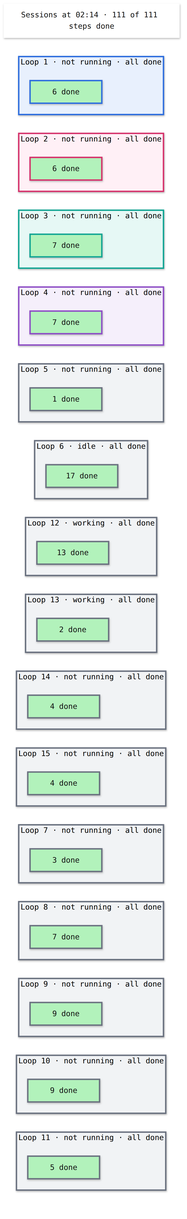
Before: artifacts/notes/progress/sessions.png, a diagram exported from Mermaid (mo-rsa24/concept-composition). Its source is kept beside it as artifacts/notes/progress/sessions.mmd. Its diagram source:
```mermaid
%%{init: {'theme': 'base', 'themeVariables': {'fontFamily': 'monospace', 'primaryColor': '#ffffff', 'primaryBorderColor': '#222222', 'primaryTextColor': '#111111', 'lineColor': '#222222'}, 'flowchart': {'nodeSpacing': 16, 'rankSpacing': 26}}}%%
flowchart TB
  classDef done fill:#b2f2bb,color:#111111
  classDef doing fill:#ffd8a8,color:#111111
  classDef todo fill:#e9ecef,color:#111111
  classDef note fill:#ffffff,stroke:#c92a2a,stroke-dasharray:5 5,color:#c92a2a
  now["Sessions at 02:14 · 111 of 111 steps done"]
  style now fill:#ffffff,stroke:#ffffff,color:#111111
  subgraph L0["Loop 1 · not running · all done"]
    direction LR
    d0["6 done"]:::done
  end
  subgraph L1["Loop 2 · not running · all done"]
    direction LR
    d1["6 done"]:::done
  end
  subgraph L2["Loop 3 · not running · all done"]
    direction LR
    d2["7 done"]:::done
  end
  subgraph L3["Loop 4 · not running · all done"]
    direction LR
    d3["7 done"]:::done
  end
  subgraph L4["Loop 5 · not running · all done"]
    direction LR
    d4["1 done"]:::done
  end
  subgraph L5["Loop 6 · idle · all done"]
    direction LR
    d5["17 done"]:::done
  end
  subgraph L6["Loop 12 · working · all done"]
    direction LR
    d6["13 done"]:::done
  end
  subgraph L7["Loop 13 · working · all done"]
    direction LR
    d7["2 done"]:::done
  end
  subgraph L8["Loop 14 · not running · all done"]
    direction LR
    d8["4 done"]:::done
  end
  subgraph L9["Loop 15 · not running · all done"]
    direction LR
    d9["4 done"]:::done
  end
  subgraph L10["Loop 7 · not running · all done"]
    direction LR
    d10["3 done"]:::done
  end
  subgraph L11["Loop 8 · not running · all done"]
    direction LR
    d11["7 done"]:::done
  end
  subgraph L12["Loop 9 · not running · all done"]
    direction LR
    d12["9 done"]:::done
  end
  subgraph L13["Loop 10 · not running · all done"]
    direction LR
    d13["9 done"]:::done
  end
  subgraph L14["Loop 11 · not running · all done"]
    direction LR
    d14["5 done"]:::done
  end
  now ~~~ L0 ~~~ L1 ~~~ L2 ~~~ L3 ~~~ L4 ~~~ L5 ~~~ L6 ~~~ L7 ~~~ L8 ~~~ L9 ~~~ L10 ~~~ L11 ~~~ L12 ~~~ L13 ~~~ L14
  style L0 fill:#e8f0fd,stroke:#2f6fde,stroke-width:3px
  style d0 stroke:#2f6fde,stroke-width:3px
  style L1 fill:#fff0f6,stroke:#d6336c,stroke-width:3px
  style d1 stroke:#d6336c,stroke-width:3px
  style L2 fill:#e6f8f5,stroke:#12a594,stroke-width:3px
  style d2 stroke:#12a594,stroke-width:3px
  style L3 fill:#f5effb,stroke:#8e4ec6,stroke-width:3px
  style d3 stroke:#8e4ec6,stroke-width:3px
  style L4 fill:#f1f3f5,stroke:#6b7280,stroke-width:3px
  style d4 stroke:#6b7280,stroke-width:3px
  style L5 fill:#f1f3f5,stroke:#6b7280,stroke-width:3px
  style d5 stroke:#6b7280,stroke-width:3px
  style L6 fill:#f1f3f5,stroke:#6b7280,stroke-width:3px
  style d6 stroke:#6b7280,stroke-width:3px
  style L7 fill:#f1f3f5,stroke:#6b7280,stroke-width:3px
  style d7 stroke:#6b7280,stroke-width:3px
  style L8 fill:#f1f3f5,stroke:#6b7280,stroke-width:3px
  style d8 stroke:#6b7280,stroke-width:3px
  style L9 fill:#f1f3f5,stroke:#6b7280,stroke-width:3px
  style d9 stroke:#6b7280,stroke-width:3px
  style L10 fill:#f1f3f5,stroke:#6b7280,stroke-width:3px
  style d10 stroke:#6b7280,stroke-width:3px
  style L11 fill:#f1f3f5,stroke:#6b7280,stroke-width:3px
  style d11 stroke:#6b7280,stroke-width:3px
  style L12 fill:#f1f3f5,stroke:#6b7280,stroke-width:3px
  style d12 stroke:#6b7280,stroke-width:3px
  style L13 fill:#f1f3f5,stroke:#6b7280,stroke-width:3px
  style d13 stroke:#6b7280,stroke-width:3px
  style L14 fill:#f1f3f5,stroke:#6b7280,stroke-width:3px
  style d14 stroke:#6b7280,stroke-width:3px
```
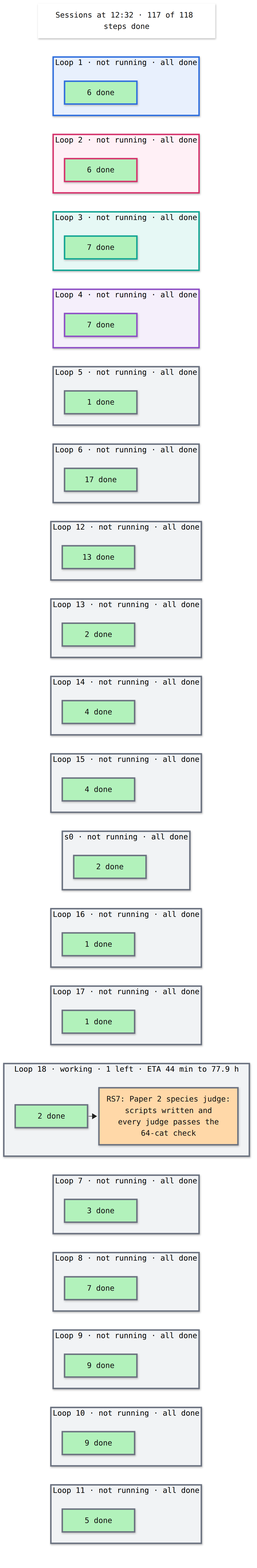
The same diagram one commit later.

Change to the diagram source:
```diff
@@ -4,7 +4,7 @@
   classDef doing fill:#ffd8a8,color:#111111
   classDef todo fill:#e9ecef,color:#111111
   classDef note fill:#ffffff,stroke:#c92a2a,stroke-dasharray:5 5,color:#c92a2a
-  now["Sessions at 02:14 · 111 of 111 steps done"]
+  now["Sessions at 12:32 · 117 of 118 steps done"]
   style now fill:#ffffff,stroke:#ffffff,color:#111111
   subgraph L0["Loop 1 · not running · all done"]
     direction LR
@@ -26,15 +26,15 @@
     direction LR
     d4["1 done"]:::done
   end
-  subgraph L5["Loop 6 · idle · all done"]
+  subgraph L5["Loop 6 · not running · all done"]
     direction LR
     d5["17 done"]:::done
   end
-  subgraph L6["Loop 12 · working · all done"]
+  subgraph L6["Loop 12 · not running · all done"]
     direction LR
     d6["13 done"]:::done
   end
-  subgraph L7["Loop 13 · working · all done"]
+  subgraph L7["Loop 13 · not running · all done"]
     direction LR
     d7["2 done"]:::done
   end
@@ -46,27 +46,43 @@
     direction LR
     d9["4 done"]:::done
   end
-  subgraph L10["Loop 7 · not running · all done"]
+  subgraph L10["s0 · not running · all done"]
     direction LR
-    d10["3 done"]:::done
+    d10["2 done"]:::done
   end
-  subgraph L11["Loop 8 · not running · all done"]
+  subgraph L11["Loop 16 · not running · all done"]
     direction LR
-    d11["7 done"]:::done
+    d11["1 done"]:::done
   end
-  subgraph L12["Loop 9 · not running · all done"]
+  subgraph L12["Loop 17 · not running · all done"]
     direction LR
-    d12["9 done"]:::done
+    d12["1 done"]:::done
   end
-  subgraph L13["Loop 10 · not running · all done"]
+  subgraph L13["Loop 18 · working · 1 left · ETA 44 min to 77.9 h"]
     direction LR
-    d13["9 done"]:::done
+    d13["2 done"]:::done --> n_RS7["RS7: Paper 2 species judge:<br/>scripts written and<br/>every judge passes the<br/>64-cat check"]:::doing
   end
-  subgraph L14["Loop 11 · not running · all done"]
+  subgraph L14["Loop 7 · not running · all done"]
     direction LR
-    d14["5 done"]:::done
+    d14["3 done"]:::done
   end
-  now ~~~ L0 ~~~ L1 ~~~ L2 ~~~ L3 ~~~ L4 ~~~ L5 ~~~ L6 ~~~ L7 ~~~ L8 ~~~ L9 ~~~ L10 ~~~ L11 ~~~ L12 ~~~ L13 ~~~ L14
+  subgraph L15["Loop 8 · not running · all done"]
+    direction LR
+    d15["7 done"]:::done
+  end
+  subgraph L16["Loop 9 · not running · all done"]
+    direction LR
+    d16["9 done"]:::done
+  end
+  subgraph L17["Loop 10 · not running · all done"]
+    direction LR
+    d17["9 done"]:::done
+  end
+  subgraph L18["Loop 11 · not running · all done"]
+    direction LR
+    d18["5 done"]:::done
+  end
+  now ~~~ L0 ~~~ L1 ~~~ L2 ~~~ L3 ~~~ L4 ~~~ L5 ~~~ L6 ~~~ L7 ~~~ L8 ~~~ L9 ~~~ L10 ~~~ L11 ~~~ L12 ~~~ L13 ~~~ L14 ~~~ L15 ~~~ L16 ~~~ L17 ~~~ L18
   style L0 fill:#e8f0fd,stroke:#2f6fde,stroke-width:3px
   style d0 stroke:#2f6fde,stroke-width:3px
   style L1 fill:#fff0f6,stroke:#d6336c,stroke-width:3px
@@ -95,5 +111,14 @@
   style d12 stroke:#6b7280,stroke-width:3px
   style L13 fill:#f1f3f5,stroke:#6b7280,stroke-width:3px
   style d13 stroke:#6b7280,stroke-width:3px
+  style n_RS7 stroke:#6b7280,stroke-width:3px
   style L14 fill:#f1f3f5,stroke:#6b7280,stroke-width:3px
   style d14 stroke:#6b7280,stroke-width:3px
+  style L15 fill:#f1f3f5,stroke:#6b7280,stroke-width:3px
+  style d15 stroke:#6b7280,stroke-width:3px
+  style L16 fill:#f1f3f5,stroke:#6b7280,stroke-width:3px
+  style d16 stroke:#6b7280,stroke-width:3px
+  style L17 fill:#f1f3f5,stroke:#6b7280,stroke-width:3px
+  style d17 stroke:#6b7280,stroke-width:3px
+  style L18 fill:#f1f3f5,stroke:#6b7280,stroke-width:3px
+  style d18 stroke:#6b7280,stroke-width:3px
```
